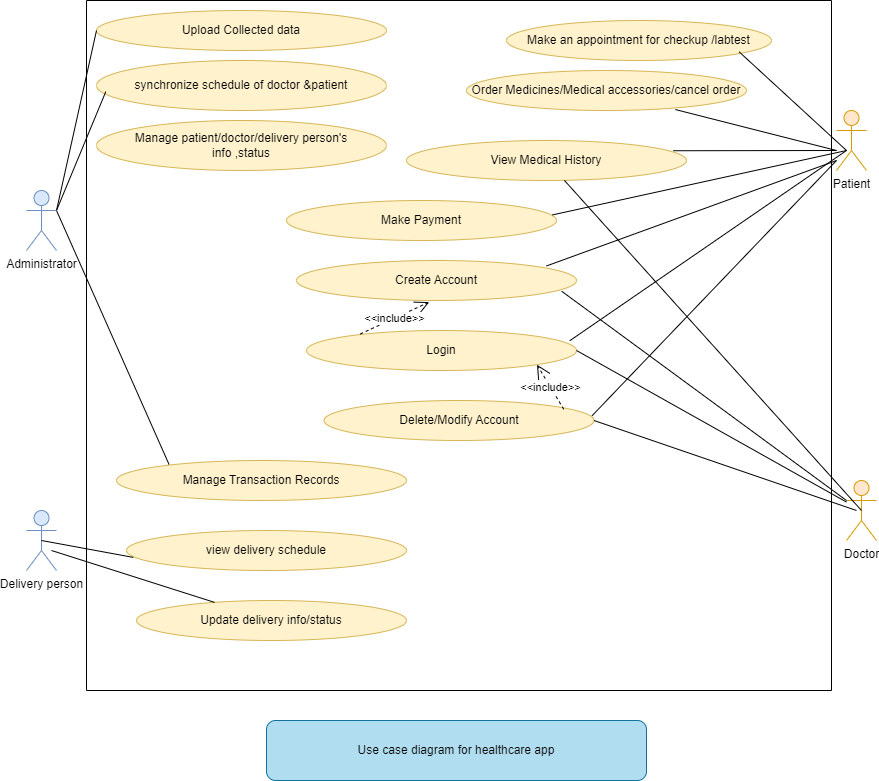
TRISHAHALDER/Medtech_Maven_usecase_diagram keeps this draw.io diagram as medtech_maven_usecase_diagram.png. Above is the earlier version. Source tidied: cells renumbered, new cells last; positions are measured from the earlier drawing's top-left corner, leaving out a move shared by most shapes.
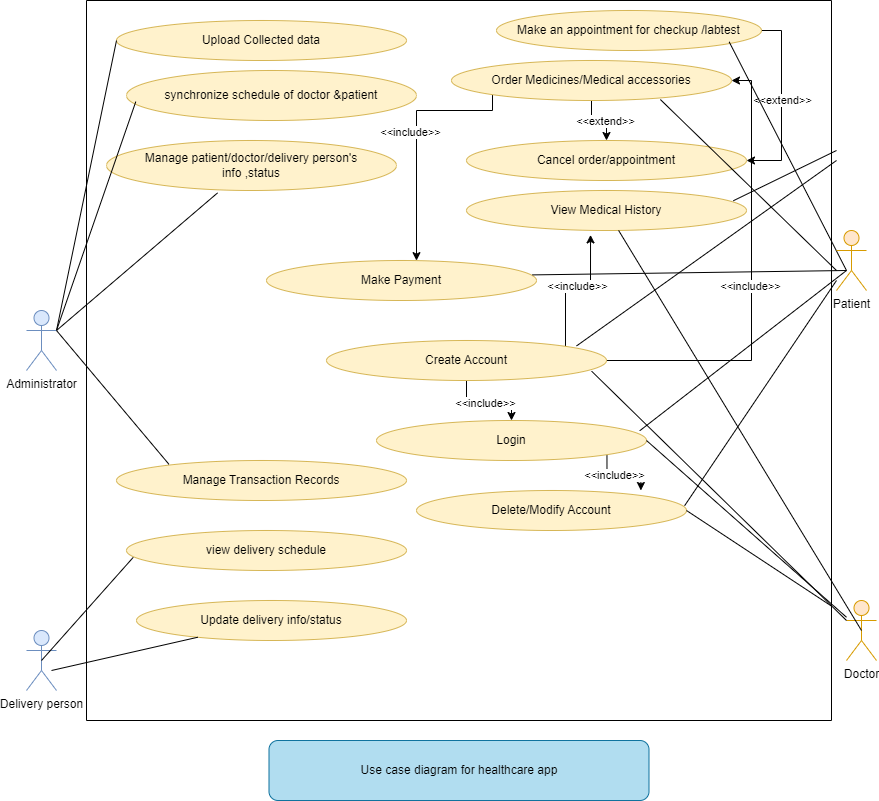
Later version of the same file.

Change to the diagram source:
```diff
@@ -3,41 +3,80 @@
     <mxCell id="0" />
     <mxCell id="1" parent="0" />
     <mxCell id="2" style="swimlane;startSize=0;" parent="1" vertex="1">
-      <mxGeometry x="60" width="745" height="690" as="geometry" />
+      <mxGeometry x="60" y="-120" width="745" height="720" as="geometry" />
     </mxCell>
+    <mxCell id="39" style="edgeStyle=orthogonalEdgeStyle;rounded=0;jettySize=auto;html=1;exitX=1;exitY=0;exitDx=0;exitDy=0;entryX=0.443;entryY=1.11;entryDx=0;entryDy=0;entryPerimeter=0;" parent="2" edge="1" source="3" target="11">
+      <mxGeometry relative="1" as="geometry" />
+    </mxCell>
+    <mxCell id="40" value="&amp;lt;&amp;lt;include&amp;gt;&amp;gt;" style="edgeLabel;html=1;align=center;verticalAlign=middle;" parent="39" vertex="1">
+      <mxGeometry x="0.05" relative="1" as="geometry" />
+    </mxCell>
+    <mxCell id="41" style="edgeStyle=orthogonalEdgeStyle;rounded=0;jettySize=auto;html=1;exitX=1;exitY=0.5;exitDx=0;exitDy=0;entryX=1;entryY=0.5;entryDx=0;entryDy=0;" parent="2" edge="1" source="3" target="10">
+      <mxGeometry relative="1" as="geometry" />
+    </mxCell>
+    <mxCell id="42" value="&amp;lt;&amp;lt;include&amp;gt;&amp;gt;" style="edgeLabel;html=1;align=center;verticalAlign=middle;" parent="41" vertex="1">
+      <mxGeometry x="-0.01" y="2" relative="1" as="geometry" />
+    </mxCell>
+    <mxCell id="43" style="edgeStyle=orthogonalEdgeStyle;rounded=0;jettySize=auto;html=1;exitX=0.5;exitY=1;exitDx=0;exitDy=0;" parent="2" edge="1" source="3" target="5">
+      <mxGeometry relative="1" as="geometry" />
+    </mxCell>
+    <mxCell id="44" value="&amp;lt;&amp;lt;include&amp;gt;&amp;gt;" style="edgeLabel;html=1;align=center;verticalAlign=middle;" parent="43" vertex="1">
+      <mxGeometry x="-0.11" y="-2" relative="1" as="geometry" />
+    </mxCell>
     <mxCell id="3" value="Create Account" style="ellipse;whiteSpace=wrap;html=1;fillColor=#fff2cc;strokeColor=#d6b656;" parent="2" vertex="1">
-      <mxGeometry x="210" y="260" width="280" height="40" as="geometry" />
+      <mxGeometry x="240" y="340" width="280" height="40" as="geometry" />
     </mxCell>
     <mxCell id="4" value="Delete/Modify Account" style="ellipse;whiteSpace=wrap;html=1;fillColor=#fff2cc;strokeColor=#d6b656;" parent="2" vertex="1">
-      <mxGeometry x="237.5" y="400" width="270" height="40" as="geometry" />
+      <mxGeometry x="330" y="490" width="270" height="40" as="geometry" />
     </mxCell>
+    <mxCell id="45" style="edgeStyle=orthogonalEdgeStyle;rounded=0;jettySize=auto;html=1;exitX=1;exitY=1;exitDx=0;exitDy=0;entryX=0.831;entryY=0;entryDx=0;entryDy=0;entryPerimeter=0;" parent="2" edge="1" source="5" target="4">
+      <mxGeometry relative="1" as="geometry" />
+    </mxCell>
+    <mxCell id="46" value="&amp;lt;&amp;lt;include&amp;gt;&amp;gt;" style="edgeLabel;html=1;align=center;verticalAlign=middle;" parent="45" vertex="1">
+      <mxGeometry x="-0.04" y="6" relative="1" as="geometry" />
+    </mxCell>
     <mxCell id="5" value="Login" style="ellipse;whiteSpace=wrap;html=1;fillColor=#fff2cc;strokeColor=#d6b656;" parent="2" vertex="1">
-      <mxGeometry x="220" y="330" width="270" height="40" as="geometry" />
+      <mxGeometry x="290" y="420" width="270" height="40" as="geometry" />
     </mxCell>
-    <mxCell id="6" value="&amp;lt;&amp;lt;include&amp;gt;&amp;gt;" style="endArrow=open;endSize=12;dashed=1;html=1;rounded=0;entryX=0.474;entryY=1.04;entryDx=0;entryDy=0;entryPerimeter=0;exitX=0.199;exitY=0.088;exitDx=0;exitDy=0;exitPerimeter=0;" parent="2" edge="1" source="5" target="3">
-      <mxGeometry relative="1" as="geometry" />
-    </mxCell>
-    <mxCell id="7" value="&amp;lt;&amp;lt;include&amp;gt;&amp;gt;" style="endArrow=open;endSize=12;dashed=1;html=1;rounded=0;exitX=0.888;exitY=0.22;exitDx=0;exitDy=0;exitPerimeter=0;entryX=1;entryY=1;entryDx=0;entryDy=0;" parent="2" edge="1" source="4" target="5">
-      <mxGeometry relative="1" as="geometry" />
-    </mxCell>
     <mxCell id="8" style="endArrow=none;html=1;rounded=0;exitX=0.893;exitY=0.136;exitDx=0;exitDy=0;exitPerimeter=0;" parent="2" edge="1" source="3">
       <mxGeometry relative="1" as="geometry">
         <mxPoint x="750" y="160" as="targetPoint" />
       </mxGeometry>
     </mxCell>
-    <mxCell id="9" style="endArrow=none;html=1;rounded=0;exitX=1;exitY=0.5;exitDx=0;exitDy=0;" parent="2" edge="1" source="4">
-      <mxGeometry relative="1" as="geometry">
-        <mxPoint x="770" y="510" as="targetPoint" />
-      </mxGeometry>
+    <mxCell id="9" style="endArrow=none;html=1;rounded=0;exitX=1;exitY=0.5;exitDx=0;exitDy=0;" parent="2" edge="1" source="4" target="2">
+      <mxGeometry relative="1" as="geometry" />
     </mxCell>
+    <mxCell id="47" style="edgeStyle=orthogonalEdgeStyle;rounded=0;jettySize=auto;html=1;exitX=0;exitY=1;exitDx=0;exitDy=0;" parent="2" edge="1" source="10" target="17">
+      <mxGeometry relative="1" as="geometry">
+        <Array as="points">
+          <mxPoint x="406" y="110" />
+          <mxPoint x="330" y="110" />
+        </Array>
+      </mxGeometry>
+    </mxCell>
+    <mxCell id="48" value="&amp;lt;&amp;lt;include&amp;gt;&amp;gt;" style="edgeLabel;html=1;align=center;verticalAlign=middle;" parent="47" vertex="1">
+      <mxGeometry x="-0.07" y="-7" relative="1" as="geometry" />
+    </mxCell>
+    <mxCell id="49" style="edgeStyle=orthogonalEdgeStyle;rounded=0;jettySize=auto;html=1;exitX=0.5;exitY=1;exitDx=0;exitDy=0;entryX=0.5;entryY=0;entryDx=0;entryDy=0;" parent="2" edge="1" source="10" target="53">
+      <mxGeometry relative="1" as="geometry" />
+    </mxCell>
+    <mxCell id="50" value="&amp;lt;&amp;lt;extend&amp;gt;&amp;gt;" style="edgeLabel;html=1;align=center;verticalAlign=middle;" parent="49" vertex="1">
+      <mxGeometry x="0.26" y="-2" relative="1" as="geometry" />
+    </mxCell>
-    <mxCell id="10" value="Order Medicines/Medical accessories/cancel order" style="ellipse;whiteSpace=wrap;html=1;fillColor=#fff2cc;strokeColor=#d6b656;" parent="2" vertex="1">
-      <mxGeometry x="380" y="70" width="280" height="40" as="geometry" />
+    <mxCell id="10" value="Order Medicines/Medical accessories" style="ellipse;whiteSpace=wrap;html=1;fillColor=#fff2cc;strokeColor=#d6b656;" parent="2" vertex="1">
+      <mxGeometry x="365" y="60" width="280" height="40" as="geometry" />
     </mxCell>
     <mxCell id="11" value="View Medical History" style="ellipse;whiteSpace=wrap;html=1;fillColor=#fff2cc;strokeColor=#d6b656;" parent="2" vertex="1">
-      <mxGeometry x="320" y="140" width="280" height="40" as="geometry" />
+      <mxGeometry x="380" y="190" width="280" height="40" as="geometry" />
     </mxCell>
+    <mxCell id="51" style="edgeStyle=orthogonalEdgeStyle;rounded=0;jettySize=auto;html=1;exitX=1;exitY=0.5;exitDx=0;exitDy=0;entryX=1;entryY=0.5;entryDx=0;entryDy=0;" parent="2" edge="1" source="12" target="53">
+      <mxGeometry relative="1" as="geometry" />
+    </mxCell>
+    <mxCell id="52" value="&amp;lt;&amp;lt;extend&amp;gt;&amp;gt;" style="edgeLabel;html=1;align=center;verticalAlign=middle;" parent="51" vertex="1">
+      <mxGeometry x="-0.04" relative="1" as="geometry" />
+    </mxCell>
     <mxCell id="12" value="Make an appointment for checkup /labtest" style="ellipse;whiteSpace=wrap;html=1;fillColor=#fff2cc;strokeColor=#d6b656;" parent="2" vertex="1">
-      <mxGeometry x="420" y="20" width="265" height="40" as="geometry" />
+      <mxGeometry x="410" y="10" width="265" height="40" as="geometry" />
     </mxCell>
     <mxCell id="13" style="endArrow=none;html=1;rounded=0;exitX=0.953;exitY=0.256;exitDx=0;exitDy=0;exitPerimeter=0;" parent="2" edge="1" source="11">
       <mxGeometry relative="1" as="geometry">
@@ -45,19 +84,19 @@
       </mxGeometry>
     </mxCell>
     <mxCell id="14" value="Upload Collected data" style="ellipse;whiteSpace=wrap;html=1;fillColor=#fff2cc;strokeColor=#d6b656;" parent="2" vertex="1">
-      <mxGeometry x="10" y="10" width="290" height="40" as="geometry" />
+      <mxGeometry x="30" y="20" width="290" height="40" as="geometry" />
     </mxCell>
     <mxCell id="15" value="synchronize schedule of doctor &amp;amp;patient" style="ellipse;whiteSpace=wrap;html=1;fillColor=#fff2cc;strokeColor=#d6b656;" parent="2" vertex="1">
-      <mxGeometry x="10" y="60" width="290" height="50" as="geometry" />
+      <mxGeometry x="40" y="70" width="290" height="50" as="geometry" />
     </mxCell>
     <mxCell id="16" value="view delivery schedule" style="ellipse;whiteSpace=wrap;html=1;fillColor=#fff2cc;strokeColor=#d6b656;" parent="2" vertex="1">
       <mxGeometry x="40" y="530" width="280" height="40" as="geometry" />
     </mxCell>
     <mxCell id="17" value="Make Payment" style="ellipse;whiteSpace=wrap;html=1;fillColor=#fff2cc;strokeColor=#d6b656;" parent="2" vertex="1">
-      <mxGeometry x="200" y="200" width="270" height="40" as="geometry" />
+      <mxGeometry x="180" y="260" width="270" height="40" as="geometry" />
     </mxCell>
     <mxCell id="18" value="Manage patient/doctor/delivery person's&lt;br&gt;info ,status" style="ellipse;whiteSpace=wrap;html=1;fillColor=#fff2cc;strokeColor=#d6b656;" parent="2" vertex="1">
-      <mxGeometry x="10" y="120" width="290" height="50" as="geometry" />
+      <mxGeometry x="20" y="140" width="290" height="50" as="geometry" />
     </mxCell>
     <mxCell id="19" value="Update delivery info/status" style="ellipse;whiteSpace=wrap;html=1;fillColor=#fff2cc;strokeColor=#d6b656;" parent="2" vertex="1">
       <mxGeometry x="50" y="600" width="270" height="40" as="geometry" />
@@ -65,6 +104,9 @@
     <mxCell id="20" value="Manage Transaction Records" style="ellipse;whiteSpace=wrap;html=1;fillColor=#fff2cc;strokeColor=#d6b656;" parent="2" vertex="1">
       <mxGeometry x="30" y="460" width="290" height="40" as="geometry" />
     </mxCell>
+    <mxCell id="53" value="Cancel order/appointment" style="ellipse;whiteSpace=wrap;html=1;fillColor=#fff2cc;strokeColor=#d6b656;" parent="2" vertex="1">
+      <mxGeometry x="380" y="140" width="280" height="40" as="geometry" />
+    </mxCell>
     <mxCell id="21" value="Delivery person" style="shape=umlActor;verticalLabelPosition=bottom;verticalAlign=top;html=1;outlineConnect=0;fillColor=#dae8fc;strokeColor=#6c8ebf;" parent="1" vertex="1">
       <mxGeometry y="510" width="30" height="60" as="geometry" />
     </mxCell>
@@ -120,7 +162,7 @@
       <mxGeometry relative="1" as="geometry" />
     </mxCell>
     <mxCell id="35" value="Use case diagram for healthcare app" style="rounded=1;whiteSpace=wrap;html=1;fillColor=#b1ddf0;strokeColor=#10739e;" parent="1" vertex="1">
-      <mxGeometry x="240" y="720" width="380" height="60" as="geometry" />
+      <mxGeometry x="242.5" y="620" width="380" height="60" as="geometry" />
     </mxCell>
     <mxCell id="36" style="endArrow=none;html=1;rounded=0;exitX=0.878;exitY=0.784;exitDx=0;exitDy=0;exitPerimeter=0;entryX=0;entryY=0.3333333333333333;entryDx=0;entryDy=0;entryPerimeter=0;" parent="1" edge="1" source="12">
       <mxGeometry relative="1" as="geometry">
@@ -133,5 +175,10 @@
     <mxCell id="38" value="Administrator" style="shape=umlActor;verticalLabelPosition=bottom;verticalAlign=top;html=1;outlineConnect=0;fillColor=#dae8fc;strokeColor=#6c8ebf;" parent="1" vertex="1">
       <mxGeometry y="190" width="30" height="60" as="geometry" />
     </mxCell>
+    <mxCell id="54" style="endArrow=none;html=1;rounded=0;entryX=0.383;entryY=1.048;entryDx=0;entryDy=0;entryPerimeter=0;" parent="1" edge="1" target="18">
+      <mxGeometry relative="1" as="geometry">
+        <mxPoint x="30" y="210" as="sourcePoint" />
+      </mxGeometry>
+    </mxCell>
   </root>
 </mxGraphModel>
```
